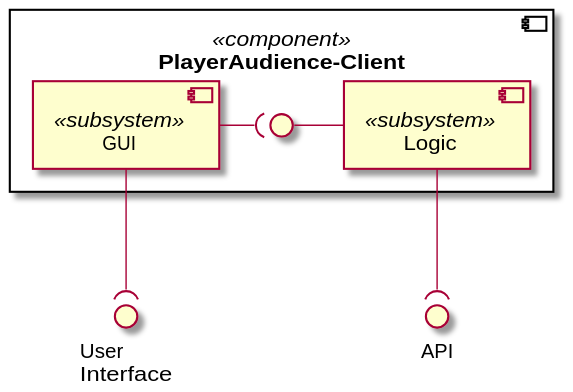
This is diagrams/ComponentDiagrams/PlayerAudienceClientComponentDiagram.svg from Brotenko/QualityQuest, a PlantUML export, as it was before one commit. Its diagram source:
```plantuml
@startuml
() "User\nInterface" as ui
() "API" as api

component "PlayerAudience-Client" <<component>> as ac{
    [GUI] <<subsystem>>
    [Logic] <<subsystem>>
    () " " as empty
}

ui )-up- GUI
empty - Logic
GUI -( empty
Logic -down-( api
@enduml
```
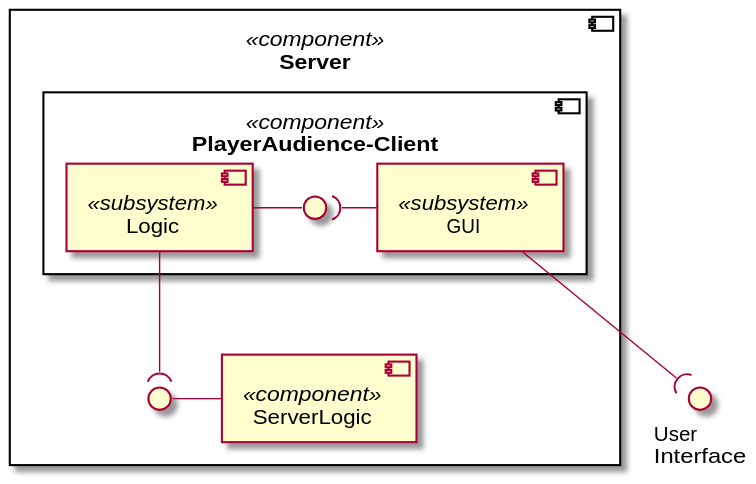
The same diagram one commit later.

What changed in the source:
```diff
@@ -1,15 +1,22 @@
 @startuml
 () "User\nInterface" as ui
-() "API" as api
 
-component "PlayerAudience-Client" <<component>> as ac{
-    [GUI] <<subsystem>>
-    [Logic] <<subsystem>>
-    () " " as empty
+component "Server" <<component>> as sl{
+    () " " as api
+
+    component "PlayerAudience-Client" <<component>> as ac{
+        [GUI] <<subsystem>>
+        [Logic] <<subsystem>>
+        () " " as empty
+    }
+
+    [ServerLogic] <<component>> as server
+
+
 }
-
 ui )-up- GUI
-empty - Logic
-GUI -( empty
+empty -left- Logic
+GUI -left-( empty
 Logic -down-( api
+api -server
 @enduml
```
